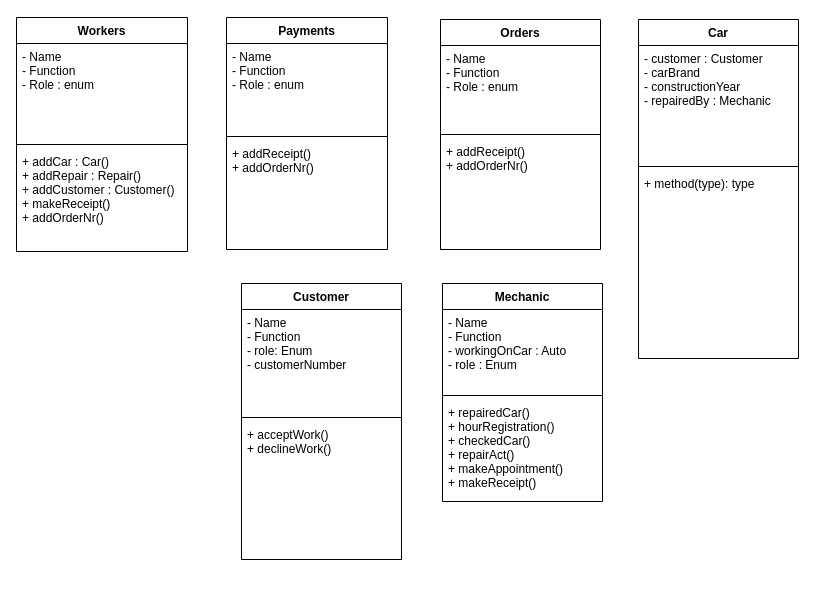
Above: uml zooi/Untitled Diagram.drawio in sp5der300/sdGarageOpdracht (draw.io), before the change. Source tidied: cells renumbered, new cells numbered last; positions are measured from the earlier drawing's top-left corner, leaving out a move shared by most shapes. Both pictures are drawn from the tidied source at 100%, with x=0, y=0 at pixel (16, 17).
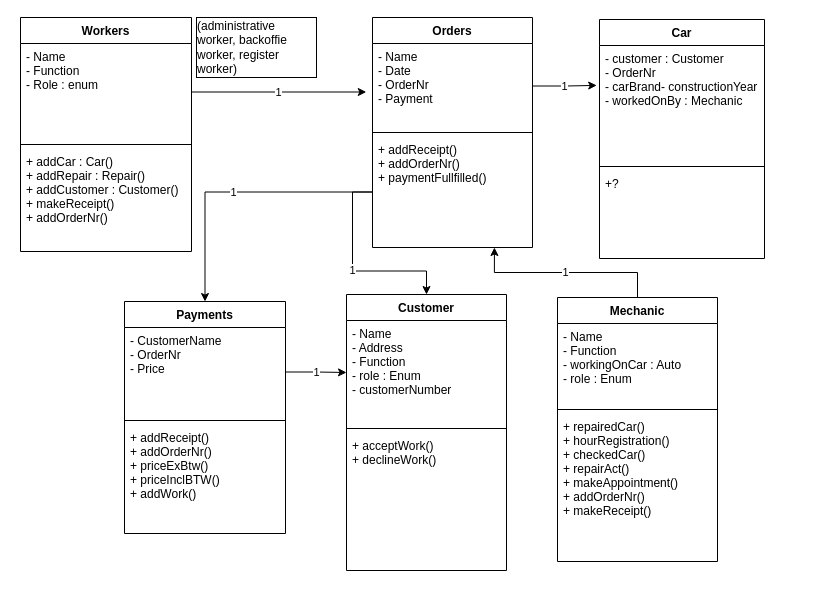
The same page after the edit.

The change refers to these unchanged cells:
```xml
<mxCell id="11" value="- Name&#10;- Function&#10;- Role : enum&#10;" style="text;strokeColor=none;fillColor=none;align=left;verticalAlign=top;spacingLeft=4;spacingRight=4;overflow=hidden;points=[[0,0.5],[1,0.5]];portConstraint=eastwest;" parent="10" vertex="1">
  <mxGeometry y="26" width="171" height="97" as="geometry" />
</mxCell>
```

The edit, as a diff of the source:
```diff
@@
+    <mxCell id="26" value="1" style="edgeStyle=orthogonalEdgeStyle;rounded=0;jettySize=auto;html=1;exitX=0.5;exitY=0;exitDx=0;exitDy=0;entryX=0.762;entryY=1;entryDx=0;entryDy=0;entryPerimeter=0;" parent="1" edge="1" source="2" target="21">
+      <mxGeometry relative="1" as="geometry" />
+    </mxCell>
     <mxCell id="2" value="Mechanic" style="swimlane;fontStyle=1;align=center;verticalAlign=top;horizontal=1;startSize=26;" parent="1" vertex="1">
-      <mxGeometry x="426" y="266" width="160" height="218" as="geometry" />
+      <mxGeometry x="541" y="280" width="160" height="264" as="geometry" />
     </mxCell>
@@
-    <mxCell id="5" value="+ repairedCar()&#10;+ hourRegistration()&#10;+ checkedCar()&#10;+ repairAct()&#10;+ makeAppointment()&#10;+ makeReceipt()&#10;&#10;&#10;&#10;" style="text;strokeColor=none;fillColor=none;align=left;verticalAlign=top;spacingLeft=4;spacingRight=4;overflow=hidden;" parent="2" vertex="1">
-      <mxGeometry y="116" width="160" height="102" as="geometry" />
+    <mxCell id="5" value="+ repairedCar()&#10;+ hourRegistration()&#10;+ checkedCar()&#10;+ repairAct()&#10;+ makeAppointment()&#10;+ addOrderNr()&#10;+ makeReceipt()&#10;&#10;&#10;&#10;&#10;" style="text;strokeColor=none;fillColor=none;align=left;verticalAlign=top;spacingLeft=4;spacingRight=4;overflow=hidden;" parent="2" vertex="1">
+      <mxGeometry y="116" width="160" height="148" as="geometry" />
     </mxCell>
     <mxCell id="6" value="Customer" style="swimlane;fontStyle=1;align=center;verticalAlign=top;horizontal=1;startSize=26;" parent="1" vertex="1">
-      <mxGeometry x="225" y="266" width="160" height="276" as="geometry" />
+      <mxGeometry x="330" y="277" width="160" height="276" as="geometry" />
     </mxCell>
-    <mxCell id="7" value="- Name&#10;- Function&#10;- role: Enum&#10;- customerNumber&#10;&#10;" style="text;strokeColor=none;fillColor=none;align=left;verticalAlign=top;spacingLeft=4;spacingRight=4;overflow=hidden;points=[[0,0.5],[1,0.5]];portConstraint=eastwest;" parent="6" vertex="1">
+    <mxCell id="7" value="- Name&#10;- Address&#10;- Function&#10;- role : Enum&#10;- customerNumber&#10;&#10;&#10;&#10;" style="text;strokeColor=none;fillColor=none;align=left;verticalAlign=top;spacingLeft=4;spacingRight=4;overflow=hidden;points=[[0,0.5],[1,0.5]];portConstraint=eastwest;" parent="6" vertex="1">
       <mxGeometry y="26" width="160" height="104" as="geometry" />
     </mxCell>
@@
     <mxCell id="10" value="Workers&#10;" style="swimlane;fontStyle=1;align=center;verticalAlign=top;horizontal=1;startSize=26;" parent="1" vertex="1">
-      <mxGeometry width="171" height="234" as="geometry" />
+      <mxGeometry x="4" width="171" height="234" as="geometry" />
     </mxCell>
@@
     <mxCell id="14" value="Payments&#10;" style="swimlane;fontStyle=1;align=center;verticalAlign=top;horizontal=1;startSize=26;" parent="1" vertex="1">
-      <mxGeometry x="210" width="161" height="232" as="geometry" />
+      <mxGeometry x="108" y="284" width="161" height="232" as="geometry" />
     </mxCell>
-    <mxCell id="15" value="- Name&#10;- Function&#10;- Role : enum&#10;" style="text;strokeColor=none;fillColor=none;align=left;verticalAlign=top;spacingLeft=4;spacingRight=4;overflow=hidden;points=[[0,0.5],[1,0.5]];portConstraint=eastwest;" parent="14" vertex="1">
+    <mxCell id="15" value="- CustomerName&#10;- OrderNr&#10;- Price&#10;&#10;&#10;" style="text;strokeColor=none;fillColor=none;align=left;verticalAlign=top;spacingLeft=4;spacingRight=4;overflow=hidden;points=[[0,0.5],[1,0.5]];portConstraint=eastwest;" parent="14" vertex="1">
       <mxGeometry y="26" width="161" height="89" as="geometry" />
     </mxCell>
@@
-    <mxCell id="17" value="+ addReceipt()&#10;+ addOrderNr()&#10;&#10;&#10;" style="text;strokeColor=none;fillColor=none;align=left;verticalAlign=top;spacingLeft=4;spacingRight=4;overflow=hidden;" parent="14" vertex="1">
+    <mxCell id="17" value="+ addReceipt()&#10;+ addOrderNr()&#10;+ priceExBtw()&#10;+ priceInclBTW()&#10;+ addWork()&#10;&#10;&#10;" style="text;strokeColor=none;fillColor=none;align=left;verticalAlign=top;spacingLeft=4;spacingRight=4;overflow=hidden;" parent="14" vertex="1">
       <mxGeometry y="123" width="161" height="109" as="geometry" />
     </mxCell>
     <mxCell id="18" value="Orders" style="swimlane;fontStyle=1;align=center;verticalAlign=top;horizontal=1;startSize=26;" parent="1" vertex="1">
-      <mxGeometry x="424" y="2" width="160" height="230" as="geometry" />
+      <mxGeometry x="356" width="160" height="230" as="geometry" />
     </mxCell>
-    <mxCell id="19" value="- Name&#10;- Function&#10;- Role : enum&#10;" style="text;strokeColor=none;fillColor=none;align=left;verticalAlign=top;spacingLeft=4;spacingRight=4;overflow=hidden;points=[[0,0.5],[1,0.5]];portConstraint=eastwest;" parent="18" vertex="1">
+    <mxCell id="19" value="- Name&#10;- Date&#10;- OrderNr&#10;- Payment&#10;" style="text;strokeColor=none;fillColor=none;align=left;verticalAlign=top;spacingLeft=4;spacingRight=4;overflow=hidden;points=[[0,0.5],[1,0.5]];portConstraint=eastwest;" parent="18" vertex="1">
       <mxGeometry y="26" width="160" height="85" as="geometry" />
     </mxCell>
@@
-    <mxCell id="21" value="+ addReceipt()&#10;+ addOrderNr()&#10;" style="text;strokeColor=none;fillColor=none;align=left;verticalAlign=top;spacingLeft=4;spacingRight=4;overflow=hidden;points=[[0,0.5],[1,0.5]];portConstraint=eastwest;" parent="18" vertex="1">
+    <mxCell id="21" value="+ addReceipt()&#10;+ addOrderNr()&#10;+ paymentFullfilled()&#10;" style="text;strokeColor=none;fillColor=none;align=left;verticalAlign=top;spacingLeft=4;spacingRight=4;overflow=hidden;points=[[0,0.5],[1,0.5]];portConstraint=eastwest;" parent="18" vertex="1">
       <mxGeometry y="119" width="160" height="111" as="geometry" />
     </mxCell>
     <mxCell id="22" value="Car" style="swimlane;fontStyle=1;align=center;verticalAlign=top;horizontal=1;startSize=26;" parent="1" vertex="1">
-      <mxGeometry x="622" y="2" width="160" height="339" as="geometry" />
+      <mxGeometry x="583" y="2" width="165" height="239" as="geometry" />
     </mxCell>
-    <mxCell id="23" value="- customer : Customer&#10;- carBrand&#10;- constructionYear&#10;- repairedBy : Mechanic&#10;&#10;&#10;&#10;" style="text;strokeColor=none;fillColor=none;align=left;verticalAlign=top;spacingLeft=4;spacingRight=4;overflow=hidden;points=[[0,0.5],[1,0.5]];portConstraint=eastwest;" parent="22" vertex="1">
-      <mxGeometry y="26" width="160" height="117" as="geometry" />
+    <mxCell id="23" value="- customer : Customer&#10;- OrderNr&#10;- carBrand- constructionYear&#10;- workedOnBy : Mechanic&#10;&#10;&#10;&#10;" style="text;strokeColor=none;fillColor=none;align=left;verticalAlign=top;spacingLeft=4;spacingRight=4;overflow=hidden;points=[[0,0.5],[1,0.5]];portConstraint=eastwest;" parent="22" vertex="1">
+      <mxGeometry y="26" width="165" height="117" as="geometry" />
     </mxCell>
     <mxCell id="24" style="line;strokeWidth=1;fillColor=none;align=left;verticalAlign=middle;spacingTop=-1;spacingLeft=3;spacingRight=3;labelPosition=right;" parent="22" vertex="1">
-      <mxGeometry y="143" width="160" height="8" as="geometry" />
+      <mxGeometry y="143" width="165" height="8" as="geometry" />
     </mxCell>
-    <mxCell id="25" value="+ method(type): type" style="text;strokeColor=none;fillColor=none;align=left;verticalAlign=top;spacingLeft=4;spacingRight=4;overflow=hidden;" parent="22" vertex="1">
-      <mxGeometry y="151" width="160" height="188" as="geometry" />
+    <mxCell id="25" value="+?" style="text;strokeColor=none;fillColor=none;align=left;verticalAlign=top;spacingLeft=4;spacingRight=4;overflow=hidden;" parent="22" vertex="1">
+      <mxGeometry y="151" width="165" height="88" as="geometry" />
     </mxCell>
+    <mxCell id="27" value="&lt;div align=&quot;left&quot;&gt;(administrative worker, backoffie worker, register worker)&lt;br&gt;&lt;/div&gt;" style="rounded=0;whiteSpace=wrap;html=1;" parent="1" vertex="1">
+      <mxGeometry x="180" width="120" height="60" as="geometry" />
+    </mxCell>
+    <mxCell id="28" value="1" style="edgeStyle=orthogonalEdgeStyle;rounded=0;jettySize=auto;html=1;exitX=1;exitY=0.5;exitDx=0;exitDy=0;entryX=-0.017;entryY=0.341;entryDx=0;entryDy=0;entryPerimeter=0;" parent="1" edge="1" source="19" target="23">
+      <mxGeometry relative="1" as="geometry" />
+    </mxCell>
+    <mxCell id="29" value="1" style="edgeStyle=orthogonalEdgeStyle;rounded=0;jettySize=auto;html=1;" parent="1" edge="1" source="11">
+      <mxGeometry relative="1" as="geometry">
+        <mxPoint x="349.8" y="74.5" as="targetPoint" />
+      </mxGeometry>
+    </mxCell>
+    <mxCell id="30" value="1" style="edgeStyle=orthogonalEdgeStyle;rounded=0;jettySize=auto;html=1;" parent="1" edge="1" source="21" target="14">
+      <mxGeometry relative="1" as="geometry" />
+    </mxCell>
+    <mxCell id="31" value="1" style="edgeStyle=orthogonalEdgeStyle;rounded=0;jettySize=auto;html=1;" parent="1" edge="1" source="15" target="7">
+      <mxGeometry relative="1" as="geometry" />
+    </mxCell>
+    <mxCell id="32" value="1" style="edgeStyle=orthogonalEdgeStyle;rounded=0;jettySize=auto;html=1;" parent="1" edge="1" source="21" target="6">
+      <mxGeometry relative="1" as="geometry" />
+    </mxCell>
```
